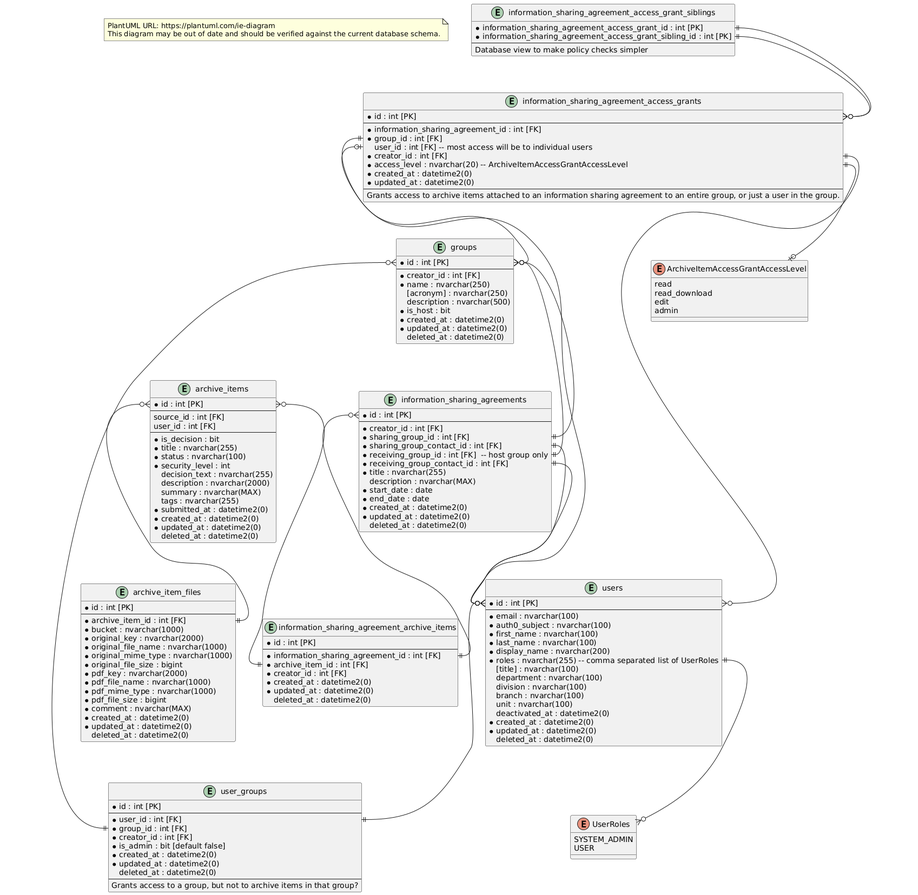
Before: _Design/Entity Relationship Diagram.png, a diagram exported from PlantUML (ytgov/traditional-knowledge).
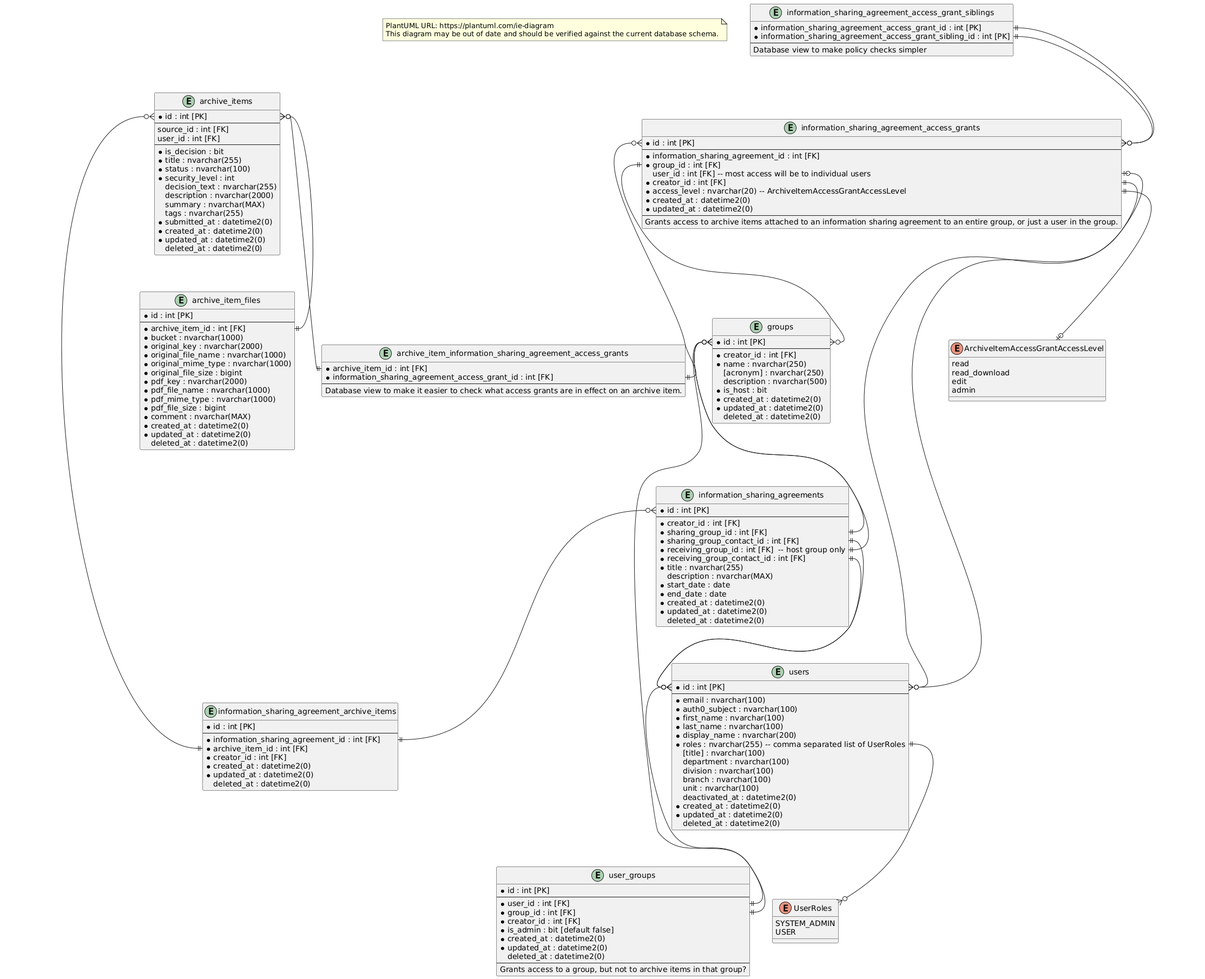
Above is the later version.

Commit message:
:tophat: Update entity relationship diagram to include archive item information sharing agreement access grant view.

Change to the diagram source:
```diff
@@ -43,6 +43,13 @@
   * created_at : datetime2(0)
   * updated_at : datetime2(0)
   deleted_at : datetime2(0)
+}
+
+entity "archive_item_information_sharing_agreement_access_grants" {
+  * archive_item_id : int [FK]
+  * information_sharing_agreement_access_grant_id : int [FK]
+  --
+  Database view to make it easier to check what access grants are in effect on an archive item.
 }
 
 enum ArchiveItemAccessGrantAccessLevel {
@@ -156,6 +163,7 @@
 
 archive_items::id }o--|| archive_item_files::archive_item_id
 archive_items::id }o--|| information_sharing_agreement_archive_items::archive_item_id
+archive_items::id }o--|| archive_item_information_sharing_agreement_access_grants::archive_item_id
 groups::id }o--|| information_sharing_agreements::receiving_group_id
 groups::id }o--|| information_sharing_agreements::sharing_group_id
 groups::id }o--|| user_groups::group_id
@@ -163,6 +171,7 @@
 information_sharing_agreement_access_grants::user_id |o--o{ users::id
 information_sharing_agreement_access_grants::creator_id ||--o{ users::id
 information_sharing_agreement_access_grants::access_level ||--o| ArchiveItemAccessGrantAccessLevel
+information_sharing_agreement_access_grants::id }o--|| archive_item_information_sharing_agreement_access_grants::information_sharing_agreement_access_grant_id
 information_sharing_agreements::id }o--|| information_sharing_agreement_archive_items::information_sharing_agreement_id
 information_sharing_agreements::receiving_group_contact_id ||--o{ users::id
 information_sharing_agreements::sharing_group_contact_id ||--o{ users::id
```
